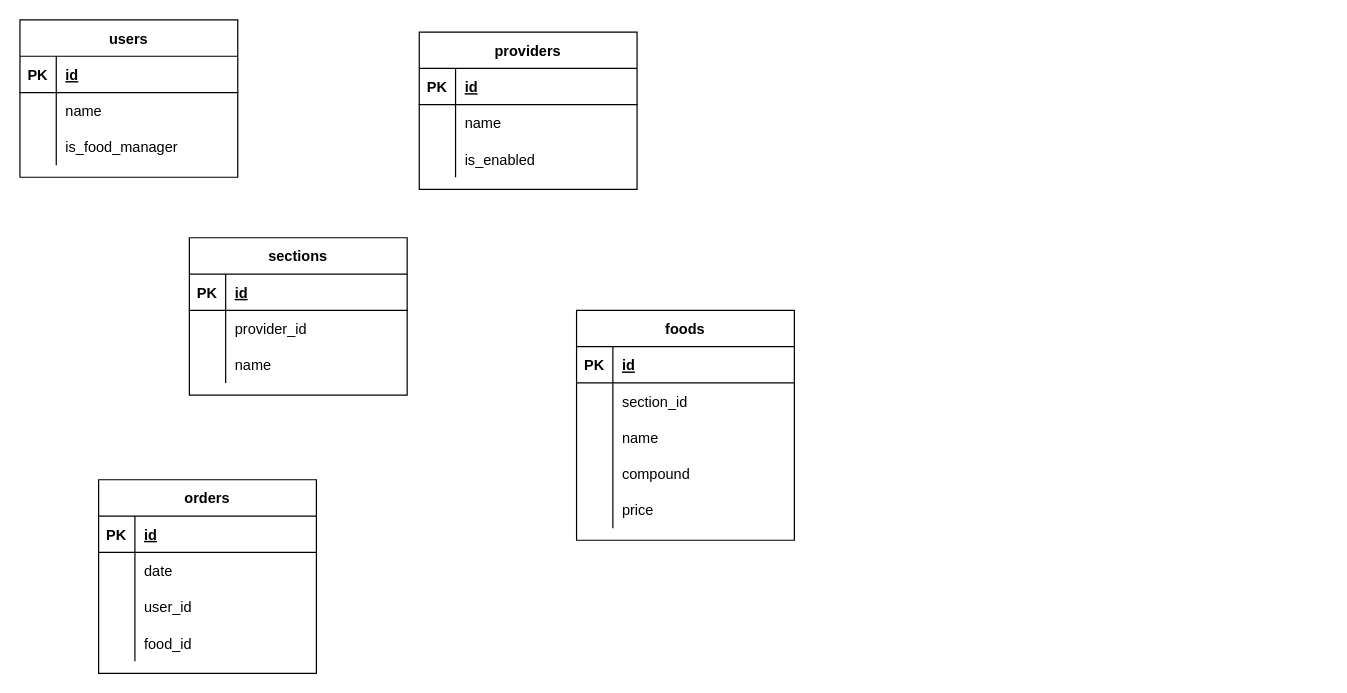
Earlier version of the draw.io diagram page "Таблицы" (2 of 2) of docs/DB_shema.drawio (alexeyp0708/test-technovisor-delivery_food). Source tidied: cells renumbered, new cells numbered last; positions are measured from the earlier drawing's top-left corner, leaving out a move shared by most shapes. Both pictures are drawn from the tidied source at 121%, with x=0, y=0 at pixel (19, 19).
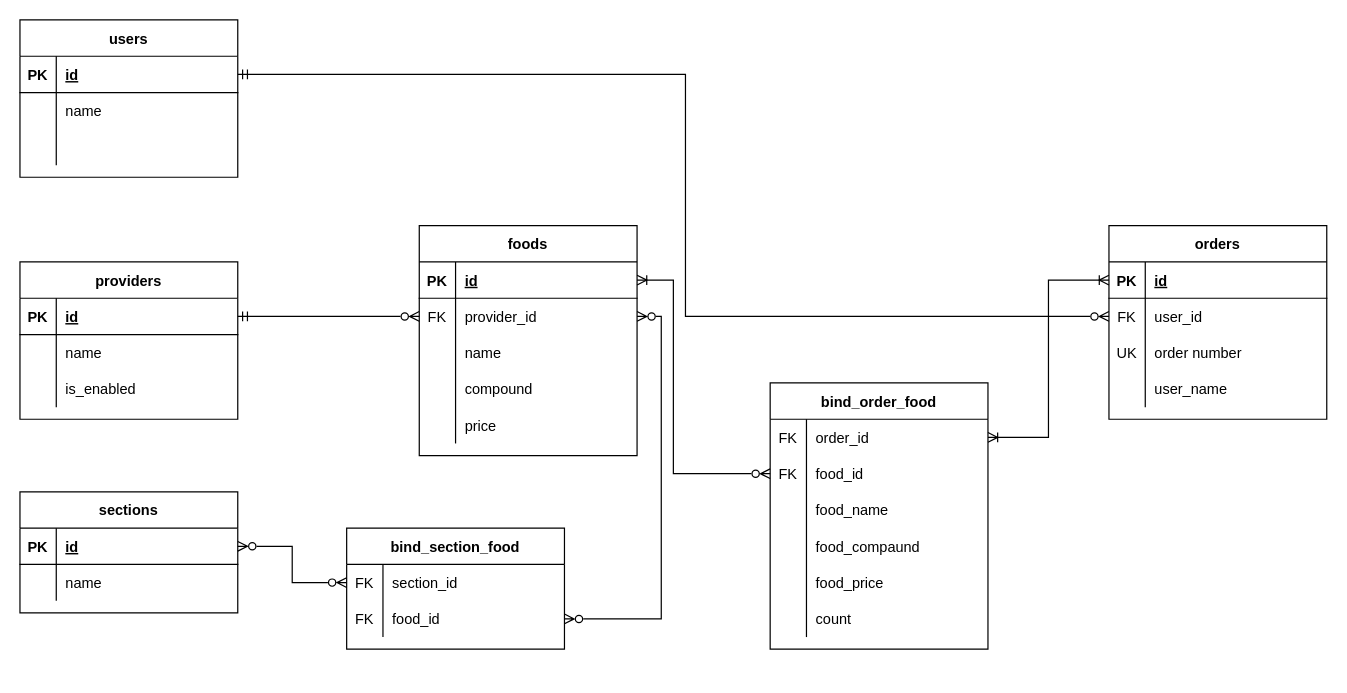
After the change.

The change refers to these unchanged cells:
```xml
<mxCell id="3" style="shape=tableRow;horizontal=0;startSize=0;swimlaneHead=0;swimlaneBody=0;fillColor=none;points=[[0,0.5],[1,0.5]];portConstraint=eastwest;top=0;left=0;right=0;bottom=1;" parent="2" vertex="1">
  <mxGeometry y="30" width="180" height="30" as="geometry" />
</mxCell>
<mxCell id="9" style="shape=tableRow;horizontal=0;startSize=0;swimlaneHead=0;swimlaneBody=0;fillColor=none;top=0;left=0;right=0;bottom=0;" parent="2" vertex="1">
  <mxGeometry y="90" width="180" height="30" as="geometry" />
</mxCell>
<mxCell id="13" style="shape=tableRow;horizontal=0;startSize=0;swimlaneHead=0;swimlaneBody=0;fillColor=none;points=[[0,0.5],[1,0.5]];portConstraint=eastwest;top=0;left=0;right=0;bottom=1;" parent="12" vertex="1">
  <mxGeometry y="30" width="180" height="30" as="geometry" />
</mxCell>
<mxCell id="23" style="shape=tableRow;horizontal=0;startSize=0;swimlaneHead=0;swimlaneBody=0;fillColor=none;points=[[0,0.5],[1,0.5]];portConstraint=eastwest;top=0;left=0;right=0;bottom=1;" parent="22" vertex="1">
  <mxGeometry y="30" width="180" height="30" as="geometry" />
</mxCell>
<mxCell id="33" style="shape=tableRow;horizontal=0;startSize=0;swimlaneHead=0;swimlaneBody=0;fillColor=none;points=[[0,0.5],[1,0.5]];portConstraint=eastwest;top=0;left=0;right=0;bottom=1;" parent="32" vertex="1">
  <mxGeometry y="30" width="180" height="30" as="geometry" />
</mxCell>
<mxCell id="49" style="shape=tableRow;horizontal=0;startSize=0;swimlaneHead=0;swimlaneBody=0;fillColor=none;points=[[0,0.5],[1,0.5]];portConstraint=eastwest;top=0;left=0;right=0;bottom=1;" parent="48" vertex="1">
  <mxGeometry y="30" width="180" height="30" as="geometry" />
</mxCell>
```

What changed in the source:
```diff
@@
-    <mxCell id="11" value="is_food_manager" style="shape=partialRectangle;fillColor=none;top=0;left=0;bottom=0;right=0;align=left;spacingLeft=6;overflow=hidden;" parent="9" vertex="1">
+    <mxCell id="11" style="shape=partialRectangle;fillColor=none;top=0;left=0;bottom=0;right=0;align=left;spacingLeft=6;overflow=hidden;" parent="9" vertex="1">
       <mxGeometry x="30" width="150" height="30" as="geometry" />
     </mxCell>
     <mxCell id="12" value="providers" style="shape=table;startSize=30;childLayout=tableLayout;rowLines=0;fontStyle=1;align=center;" parent="1" vertex="1">
-      <mxGeometry x="330" y="10" width="180" height="130" as="geometry" />
+      <mxGeometry y="200" width="180" height="130" as="geometry" />
     </mxCell>
@@
     <mxCell id="22" value="sections" style="shape=table;startSize=30;childLayout=tableLayout;rowLines=0;fontStyle=1;align=center;" parent="1" vertex="1">
-      <mxGeometry x="140" y="180" width="180" height="130" as="geometry" />
+      <mxGeometry y="390" width="180" height="100" as="geometry" />
     </mxCell>
@@
-    <mxCell id="26" style="shape=tableRow;horizontal=0;startSize=0;swimlaneHead=0;swimlaneBody=0;fillColor=none;top=0;left=0;right=0;bottom=0;" parent="22" vertex="1">
-      <mxGeometry y="60" width="180" height="30" as="geometry" />
-    </mxCell>
-    <mxCell id="27" style="shape=partialRectangle;fillColor=none;top=0;left=0;bottom=0;right=0;overflow=hidden;" parent="26" vertex="1">
-      <mxGeometry width="30" height="30" as="geometry" />
-    </mxCell>
-    <mxCell id="28" value="provider_id" style="shape=partialRectangle;fillColor=none;top=0;left=0;bottom=0;right=0;align=left;spacingLeft=6;overflow=hidden;" parent="26" vertex="1">
-      <mxGeometry x="30" width="150" height="30" as="geometry" />
-    </mxCell>
     <mxCell id="29" style="shape=tableRow;horizontal=0;startSize=0;swimlaneHead=0;swimlaneBody=0;fillColor=none;top=0;left=0;right=0;bottom=0;" parent="22" vertex="1">
-      <mxGeometry y="90" width="180" height="30" as="geometry" />
+      <mxGeometry y="60" width="180" height="30" as="geometry" />
     </mxCell>
@@
     <mxCell id="32" value="foods" style="shape=table;startSize=30;childLayout=tableLayout;rowLines=0;fontStyle=1;align=center;" parent="1" vertex="1">
-      <mxGeometry x="460" y="240" width="180" height="190" as="geometry" />
+      <mxGeometry x="330" y="170" width="180" height="190" as="geometry" />
     </mxCell>
@@
-    <mxCell id="36" style="shape=tableRow;horizontal=0;startSize=0;swimlaneHead=0;swimlaneBody=0;fillColor=none;top=0;left=0;right=0;bottom=0;" parent="32" vertex="1">
-      <mxGeometry y="60" width="180" height="30" as="geometry" />
-    </mxCell>
-    <mxCell id="37" style="shape=partialRectangle;fillColor=none;top=0;left=0;bottom=0;right=0;overflow=hidden;" parent="36" vertex="1">
-      <mxGeometry width="30" height="30" as="geometry" />
-    </mxCell>
-    <mxCell id="38" value="section_id" style="shape=partialRectangle;fillColor=none;top=0;left=0;bottom=0;right=0;align=left;spacingLeft=6;overflow=hidden;" parent="36" vertex="1">
-      <mxGeometry x="30" width="150" height="30" as="geometry" />
-    </mxCell>
+    <mxCell id="61" style="shape=tableRow;horizontal=0;startSize=0;swimlaneHead=0;swimlaneBody=0;fillColor=none;points=[[0,0.5],[1,0.5]];portConstraint=eastwest;top=0;left=0;right=0;bottom=0;" parent="32" vertex="1">
+      <mxGeometry y="60" width="180" height="30" as="geometry" />
+    </mxCell>
+    <mxCell id="62" value="FK" style="shape=partialRectangle;fillColor=none;top=0;left=0;bottom=0;right=0;fontStyle=0;overflow=hidden;" parent="61" vertex="1">
+      <mxGeometry width="30" height="30" as="geometry" />
+    </mxCell>
+    <mxCell id="28" value="provider_id" style="shape=partialRectangle;fillColor=none;top=0;left=0;bottom=0;right=0;align=left;spacingLeft=6;fontStyle=0;overflow=hidden;" parent="61" vertex="1">
+      <mxGeometry x="30" width="150" height="30" as="geometry" />
+    </mxCell>
@@
     <mxCell id="48" value="orders" style="shape=table;startSize=30;childLayout=tableLayout;rowLines=0;fontStyle=1;align=center;" parent="1" vertex="1">
-      <mxGeometry x="65" y="380" width="180" height="160" as="geometry" />
+      <mxGeometry x="900" y="170" width="180" height="160" as="geometry" />
     </mxCell>
@@
+    <mxCell id="63" style="shape=tableRow;horizontal=0;startSize=0;swimlaneHead=0;swimlaneBody=0;fillColor=none;points=[[0,0.5],[1,0.5]];portConstraint=eastwest;top=0;left=0;right=0;bottom=0;" parent="48" vertex="1">
+      <mxGeometry y="60" width="180" height="30" as="geometry" />
+    </mxCell>
+    <mxCell id="64" value="FK" style="shape=partialRectangle;fillColor=none;top=0;left=0;bottom=0;right=0;fontStyle=0;overflow=hidden;" parent="63" vertex="1">
+      <mxGeometry width="30" height="30" as="geometry" />
+    </mxCell>
+    <mxCell id="57" value="user_id" style="shape=partialRectangle;fillColor=none;top=0;left=0;bottom=0;right=0;align=left;spacingLeft=6;fontStyle=0;overflow=hidden;" parent="63" vertex="1">
+      <mxGeometry x="30" width="150" height="30" as="geometry" />
+    </mxCell>
+    <mxCell id="65" style="shape=tableRow;horizontal=0;startSize=0;swimlaneHead=0;swimlaneBody=0;fillColor=none;top=0;left=0;right=0;bottom=0;" parent="48" vertex="1">
+      <mxGeometry y="90" width="180" height="30" as="geometry" />
+    </mxCell>
+    <mxCell id="66" value="UK" style="shape=partialRectangle;fillColor=none;top=0;left=0;bottom=0;right=0;overflow=hidden;" parent="65" vertex="1">
+      <mxGeometry width="30" height="30" as="geometry" />
+    </mxCell>
+    <mxCell id="67" value="order number" style="shape=partialRectangle;fillColor=none;top=0;left=0;bottom=0;right=0;align=left;spacingLeft=6;overflow=hidden;" parent="65" vertex="1">
+      <mxGeometry x="30" width="150" height="30" as="geometry" />
+    </mxCell>
     <mxCell id="52" style="shape=tableRow;horizontal=0;startSize=0;swimlaneHead=0;swimlaneBody=0;fillColor=none;top=0;left=0;right=0;bottom=0;" parent="48" vertex="1">
-      <mxGeometry y="60" width="180" height="30" as="geometry" />
+      <mxGeometry y="120" width="180" height="30" as="geometry" />
     </mxCell>
@@
-    <mxCell id="54" value="date" style="shape=partialRectangle;fillColor=none;top=0;left=0;bottom=0;right=0;align=left;spacingLeft=6;overflow=hidden;" parent="52" vertex="1">
+    <mxCell id="54" value="user_name" style="shape=partialRectangle;fillColor=none;top=0;left=0;bottom=0;right=0;align=left;spacingLeft=6;overflow=hidden;" parent="52" vertex="1">
       <mxGeometry x="30" width="150" height="30" as="geometry" />
     </mxCell>
-    <mxCell id="55" style="shape=tableRow;horizontal=0;startSize=0;swimlaneHead=0;swimlaneBody=0;fillColor=none;top=0;left=0;right=0;bottom=0;" parent="48" vertex="1">
-      <mxGeometry y="90" width="180" height="30" as="geometry" />
-    </mxCell>
-    <mxCell id="56" style="shape=partialRectangle;fillColor=none;top=0;left=0;bottom=0;right=0;overflow=hidden;" parent="55" vertex="1">
-      <mxGeometry width="30" height="30" as="geometry" />
-    </mxCell>
-    <mxCell id="57" value="user_id" style="shape=partialRectangle;fillColor=none;top=0;left=0;bottom=0;right=0;align=left;spacingLeft=6;overflow=hidden;" parent="55" vertex="1">
-      <mxGeometry x="30" width="150" height="30" as="geometry" />
-    </mxCell>
+    <mxCell id="68" style="edgeStyle=orthogonalEdgeStyle;rounded=0;jettySize=auto;html=1;startArrow=ERmandOne;startFill=0;endArrow=ERzeroToMany;endFill=0;" parent="1" edge="1" source="13" target="61">
+      <mxGeometry relative="1" as="geometry" />
+    </mxCell>
+    <mxCell id="69" value="bind_section_food" style="shape=table;startSize=30;childLayout=tableLayout;rowLines=0;fontStyle=1;align=center;" parent="1" vertex="1">
+      <mxGeometry x="270" y="420" width="180" height="100" as="geometry" />
+    </mxCell>
+    <mxCell id="70" style="shape=tableRow;horizontal=0;startSize=0;swimlaneHead=0;swimlaneBody=0;fillColor=none;points=[[0,0.5],[1,0.5]];portConstraint=eastwest;top=0;left=0;right=0;bottom=0;" parent="69" vertex="1">
+      <mxGeometry y="30" width="180" height="30" as="geometry" />
+    </mxCell>
+    <mxCell id="71" value="FK" style="shape=partialRectangle;fillColor=none;top=0;left=0;bottom=0;right=0;fontStyle=0;overflow=hidden;" parent="70" vertex="1">
+      <mxGeometry width="30" height="30" as="geometry" />
+    </mxCell>
+    <mxCell id="38" value="section_id" style="shape=partialRectangle;fillColor=none;top=0;left=0;bottom=0;right=0;align=left;spacingLeft=6;fontStyle=0;overflow=hidden;" parent="70" vertex="1">
+      <mxGeometry x="30" width="150" height="30" as="geometry" />
+    </mxCell>
+    <mxCell id="72" style="shape=tableRow;horizontal=0;startSize=0;swimlaneHead=0;swimlaneBody=0;fillColor=none;points=[[0,0.5],[1,0.5]];portConstraint=eastwest;top=0;left=0;right=0;bottom=0;" parent="69" vertex="1">
+      <mxGeometry y="60" width="180" height="30" as="geometry" />
+    </mxCell>
+    <mxCell id="73" value="FK" style="shape=partialRectangle;fillColor=none;top=0;left=0;bottom=0;right=0;fontStyle=0;overflow=hidden;" parent="72" vertex="1">
+      <mxGeometry width="30" height="30" as="geometry" />
+    </mxCell>
+    <mxCell id="74" value="food_id" style="shape=partialRectangle;fillColor=none;top=0;left=0;bottom=0;right=0;align=left;spacingLeft=6;fontStyle=0;overflow=hidden;" parent="72" vertex="1">
+      <mxGeometry x="30" width="150" height="30" as="geometry" />
+    </mxCell>
+    <mxCell id="75" style="edgeStyle=orthogonalEdgeStyle;rounded=0;jettySize=auto;html=1;entryX=0;entryY=0.5;entryDx=0;entryDy=0;startArrow=ERzeroToMany;startFill=0;endArrow=ERzeroToMany;endFill=0;" parent="1" edge="1" source="23" target="70">
+      <mxGeometry relative="1" as="geometry" />
+    </mxCell>
+    <mxCell id="76" style="edgeStyle=orthogonalEdgeStyle;rounded=0;jettySize=auto;html=1;entryX=1;entryY=0.5;entryDx=0;entryDy=0;startArrow=ERzeroToMany;startFill=0;endArrow=ERzeroToMany;endFill=0;" parent="1" edge="1" source="72" target="61">
+      <mxGeometry relative="1" as="geometry" />
+    </mxCell>
+    <mxCell id="77" style="edgeStyle=orthogonalEdgeStyle;rounded=0;jettySize=auto;html=1;exitX=1;exitY=0.5;exitDx=0;exitDy=0;entryX=0;entryY=0.5;entryDx=0;entryDy=0;startArrow=ERmandOne;startFill=0;endArrow=ERzeroToMany;endFill=0;" parent="1" edge="1" source="3" target="63">
+      <mxGeometry relative="1" as="geometry">
+        <Array as="points">
+          <mxPoint x="550" y="45" />
+          <mxPoint x="550" y="245" />
+        </Array>
+      </mxGeometry>
+    </mxCell>
+    <mxCell id="78" value="bind_order_food" style="shape=table;startSize=30;childLayout=tableLayout;rowLines=0;fontStyle=1;align=center;" parent="1" vertex="1">
+      <mxGeometry x="620" y="300" width="180" height="220" as="geometry" />
+    </mxCell>
+    <mxCell id="79" style="shape=tableRow;horizontal=0;startSize=0;swimlaneHead=0;swimlaneBody=0;fillColor=none;points=[[0,0.5],[1,0.5]];portConstraint=eastwest;top=0;left=0;right=0;bottom=0;" parent="78" vertex="1">
+      <mxGeometry y="30" width="180" height="30" as="geometry" />
+    </mxCell>
+    <mxCell id="80" value="FK" style="shape=partialRectangle;fillColor=none;top=0;left=0;bottom=0;right=0;fontStyle=0;overflow=hidden;" parent="79" vertex="1">
+      <mxGeometry width="30" height="30" as="geometry" />
+    </mxCell>
+    <mxCell id="81" value="order_id" style="shape=partialRectangle;fillColor=none;top=0;left=0;bottom=0;right=0;align=left;spacingLeft=6;fontStyle=0;overflow=hidden;" parent="79" vertex="1">
+      <mxGeometry x="30" width="150" height="30" as="geometry" />
+    </mxCell>
+    <mxCell id="82" style="shape=tableRow;horizontal=0;startSize=0;swimlaneHead=0;swimlaneBody=0;fillColor=none;points=[[0,0.5],[1,0.5]];portConstraint=eastwest;top=0;left=0;right=0;bottom=0;" parent="78" vertex="1">
+      <mxGeometry y="60" width="180" height="30" as="geometry" />
+    </mxCell>
+    <mxCell id="83" value="FK" style="shape=partialRectangle;fillColor=none;top=0;left=0;bottom=0;right=0;fontStyle=0;overflow=hidden;" parent="82" vertex="1">
+      <mxGeometry width="30" height="30" as="geometry" />
+    </mxCell>
+    <mxCell id="84" value="food_id" style="shape=partialRectangle;fillColor=none;top=0;left=0;bottom=0;right=0;align=left;spacingLeft=6;fontStyle=0;overflow=hidden;" parent="82" vertex="1">
+      <mxGeometry x="30" width="150" height="30" as="geometry" />
+    </mxCell>
+    <mxCell id="85" style="shape=tableRow;horizontal=0;startSize=0;swimlaneHead=0;swimlaneBody=0;fillColor=none;top=0;left=0;right=0;bottom=0;" parent="78" vertex="1">
+      <mxGeometry y="90" width="180" height="30" as="geometry" />
+    </mxCell>
+    <mxCell id="86" style="shape=partialRectangle;fillColor=none;top=0;left=0;bottom=0;right=0;overflow=hidden;" parent="85" vertex="1">
+      <mxGeometry width="30" height="30" as="geometry" />
+    </mxCell>
+    <mxCell id="87" value="food_name" style="shape=partialRectangle;fillColor=none;top=0;left=0;bottom=0;right=0;align=left;spacingLeft=6;overflow=hidden;" parent="85" vertex="1">
+      <mxGeometry x="30" width="150" height="30" as="geometry" />
+    </mxCell>
-    <mxCell id="58" style="shape=tableRow;horizontal=0;startSize=0;swimlaneHead=0;swimlaneBody=0;fillColor=none;top=0;left=0;right=0;bottom=0;" parent="48" vertex="1">
+    <mxCell id="58" style="shape=tableRow;horizontal=0;startSize=0;swimlaneHead=0;swimlaneBody=0;fillColor=none;top=0;left=0;right=0;bottom=0;" parent="78" vertex="1">
       <mxGeometry y="120" width="180" height="30" as="geometry" />
     </mxCell>
-    <mxCell id="59" style="shape=partialRectangle;fillColor=none;top=0;left=0;bottom=0;right=0;overflow=hidden;" parent="58" vertex="1">
-      <mxGeometry width="30" height="30" as="geometry" />
-    </mxCell>
-    <mxCell id="60" value="food_id" style="shape=partialRectangle;fillColor=none;top=0;left=0;bottom=0;right=0;align=left;spacingLeft=6;overflow=hidden;" parent="58" vertex="1">
-      <mxGeometry x="30" width="150" height="30" as="geometry" />
-    </mxCell>
+    <mxCell id="88" style="shape=partialRectangle;fillColor=none;top=0;left=0;bottom=0;right=0;overflow=hidden;" parent="58" vertex="1">
+      <mxGeometry width="30" height="30" as="geometry" />
+    </mxCell>
+    <mxCell id="89" value="food_compaund" style="shape=partialRectangle;fillColor=none;top=0;left=0;bottom=0;right=0;align=left;spacingLeft=6;overflow=hidden;" parent="58" vertex="1">
+      <mxGeometry x="30" width="150" height="30" as="geometry" />
+    </mxCell>
+    <mxCell id="90" style="shape=tableRow;horizontal=0;startSize=0;swimlaneHead=0;swimlaneBody=0;fillColor=none;top=0;left=0;right=0;bottom=0;" parent="78" vertex="1">
+      <mxGeometry y="150" width="180" height="30" as="geometry" />
+    </mxCell>
+    <mxCell id="91" style="shape=partialRectangle;fillColor=none;top=0;left=0;bottom=0;right=0;overflow=hidden;" parent="90" vertex="1">
+      <mxGeometry width="30" height="30" as="geometry" />
+    </mxCell>
+    <mxCell id="92" value="food_price" style="shape=partialRectangle;fillColor=none;top=0;left=0;bottom=0;right=0;align=left;spacingLeft=6;overflow=hidden;" parent="90" vertex="1">
+      <mxGeometry x="30" width="150" height="30" as="geometry" />
+    </mxCell>
+    <mxCell id="93" style="shape=tableRow;horizontal=0;startSize=0;swimlaneHead=0;swimlaneBody=0;fillColor=none;top=0;left=0;right=0;bottom=0;" parent="78" vertex="1">
+      <mxGeometry y="180" width="180" height="30" as="geometry" />
+    </mxCell>
+    <mxCell id="94" style="shape=partialRectangle;fillColor=none;top=0;left=0;bottom=0;right=0;overflow=hidden;" parent="93" vertex="1">
+      <mxGeometry width="30" height="30" as="geometry" />
+    </mxCell>
+    <mxCell id="95" value="count" style="shape=partialRectangle;fillColor=none;top=0;left=0;bottom=0;right=0;align=left;spacingLeft=6;overflow=hidden;" parent="93" vertex="1">
+      <mxGeometry x="30" width="150" height="30" as="geometry" />
+    </mxCell>
+    <mxCell id="96" style="edgeStyle=orthogonalEdgeStyle;rounded=0;jettySize=auto;html=1;startArrow=ERoneToMany;startFill=0;endArrow=ERzeroToMany;endFill=0;" parent="1" edge="1" source="33" target="82">
+      <mxGeometry relative="1" as="geometry">
+        <Array as="points">
+          <mxPoint x="540" y="215" />
+          <mxPoint x="540" y="375" />
+        </Array>
+      </mxGeometry>
+    </mxCell>
+    <mxCell id="97" style="edgeStyle=orthogonalEdgeStyle;rounded=0;jettySize=auto;html=1;startArrow=ERoneToMany;startFill=0;endArrow=ERoneToMany;endFill=0;" parent="1" edge="1" source="79" target="49">
+      <mxGeometry relative="1" as="geometry" />
+    </mxCell>
```
